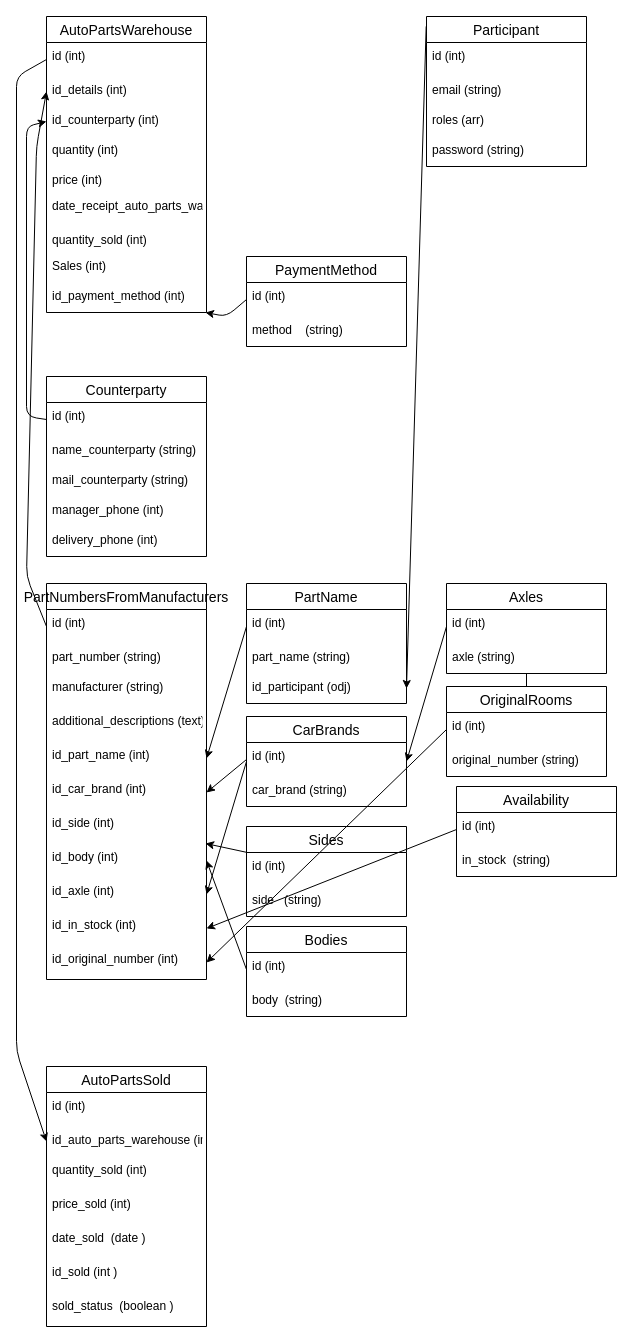
The draw.io diagram db.drawio in Ruslan-qu/autoParts, before the edit. Source tidied: cells renumbered, new cells numbered last; positions are measured from the earlier drawing's top-left corner, leaving out a move shared by most shapes. Both pictures are drawn from the tidied source at 100%, with x=0, y=0 at pixel (16, 16).
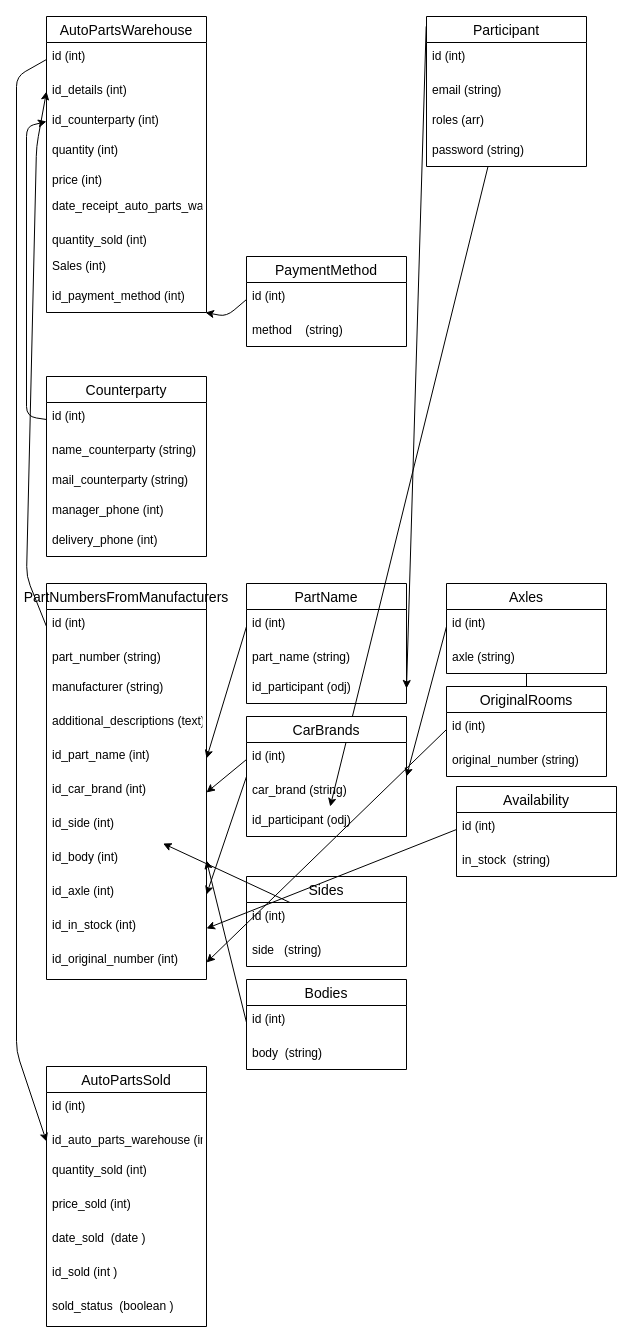
The same diagram, later.

Unchanged cells that the change refers to:
```xml
<mxCell id="73" value="Participant" style="swimlane;fontStyle=0;horizontal=1;startSize=26;align=center;fontSize=14;" parent="1" vertex="1">
  <mxGeometry x="410" width="160" height="150" as="geometry" />
</mxCell>
```

Change to the diagram source:
```diff
@@
     <mxCell id="31" value="Sides" style="swimlane;fontStyle=0;horizontal=1;startSize=26;align=center;fontSize=14;" parent="1" vertex="1">
-      <mxGeometry x="230" y="810" width="160" height="90" as="geometry" />
+      <mxGeometry x="230" y="860" width="160" height="90" as="geometry" />
     </mxCell>
@@
     <mxCell id="61" value="Bodies" style="swimlane;fontStyle=0;horizontal=1;startSize=26;align=center;fontSize=14;" parent="1" vertex="1">
-      <mxGeometry x="230" y="910" width="160" height="90" as="geometry" />
+      <mxGeometry x="230" y="963" width="160" height="90" as="geometry" />
     </mxCell>
@@
+    <mxCell id="82" style="edgeStyle=none;html=1;" parent="1" edge="1" source="73" target="83">
+      <mxGeometry relative="1" as="geometry" />
+    </mxCell>
@@
     <mxCell id="79" value="CarBrands" style="swimlane;fontStyle=0;horizontal=1;startSize=26;align=center;fontSize=14;" parent="1" vertex="1">
-      <mxGeometry x="230" y="700" width="160" height="90" as="geometry" />
+      <mxGeometry x="230" y="700" width="160" height="120" as="geometry" />
     </mxCell>
@@
+    <mxCell id="83" value="id_participant (odj)" style="text;strokeColor=none;fillColor=none;spacingLeft=4;spacingRight=4;overflow=hidden;points=[[0,0.5],[1,0.5]];portConstraint=eastwest;fontSize=12;" parent="79" vertex="1">
+      <mxGeometry y="90" width="160" height="30" as="geometry" />
+    </mxCell>
```
